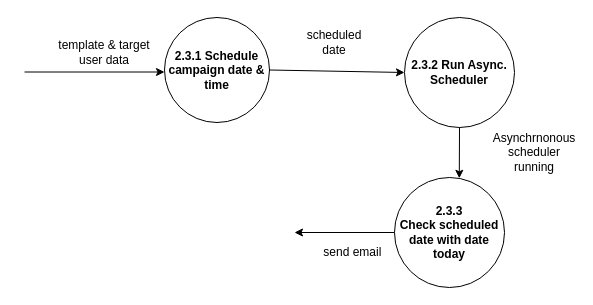
Earlier version of the draw.io diagram idfd3.drawio (jonamadk/DrawIO). Source tidied: cells renumbered, new cells numbered last; positions are measured from the earlier drawing's top-left corner, leaving out a move shared by most shapes. Both pictures are drawn from the tidied source at 100%, with x=0, y=0 at pixel (24, 17).
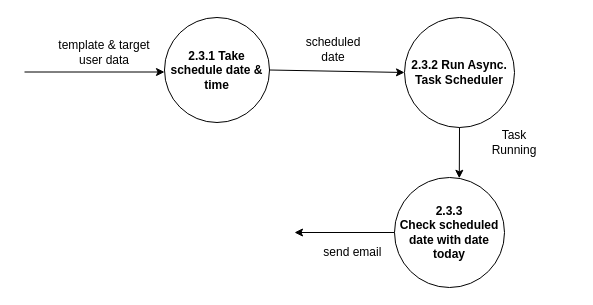
Above is the later version.

Diff of the diagram source:
```diff
@@
 <mxGraphModel>
   <root>
     <mxCell id="0" />
     <mxCell id="1" parent="0" />
-    <mxCell id="2" value="&lt;b&gt;2.3.1 Schedule campaign date &amp;amp; time&lt;/b&gt;" style="ellipse;whiteSpace=wrap;html=1;" parent="1" vertex="1">
+    <mxCell id="2" value="&lt;b&gt;2.3.1 Take schedule date &amp;amp; time&lt;/b&gt;" style="ellipse;whiteSpace=wrap;html=1;" parent="1" vertex="1">
       <mxGeometry x="140" width="105" height="105" as="geometry" />
     </mxCell>
-    <mxCell id="3" value="&lt;b&gt;2.3.2 Run Async. Scheduler&lt;/b&gt;" style="ellipse;whiteSpace=wrap;html=1;" parent="1" vertex="1">
+    <mxCell id="3" value="&lt;b&gt;2.3.2 Run Async. Task Scheduler&lt;/b&gt;" style="ellipse;whiteSpace=wrap;html=1;" parent="1" vertex="1">
       <mxGeometry x="380" width="110" height="110" as="geometry" />
     </mxCell>
     <mxCell id="4" value="&lt;b&gt;2.3.3 &lt;br&gt;Check scheduled date with date today&lt;/b&gt;" style="ellipse;whiteSpace=wrap;html=1;" parent="1" vertex="1">
       <mxGeometry x="370" y="160" width="110" height="110" as="geometry" />
     </mxCell>
     <mxCell id="5" style="endArrow=classic;html=1;rounded=0;exitX=0;exitY=0.5;exitDx=0;exitDy=0;" parent="1" edge="1" source="4">
       <mxGeometry relative="1" as="geometry">
         <mxPoint x="270" y="215" as="targetPoint" />
       </mxGeometry>
     </mxCell>
     <mxCell id="6" style="endArrow=classic;html=1;rounded=0;exitX=1;exitY=0.5;exitDx=0;exitDy=0;entryX=0;entryY=0.5;entryDx=0;entryDy=0;" parent="1" edge="1" source="2" target="3">
       <mxGeometry relative="1" as="geometry" />
     </mxCell>
     <mxCell id="7" style="endArrow=classic;html=1;rounded=0;" parent="1" edge="1">
       <mxGeometry relative="1" as="geometry">
         <mxPoint y="54.5" as="sourcePoint" />
         <mxPoint x="140" y="54.5" as="targetPoint" />
       </mxGeometry>
     </mxCell>
     <mxCell id="8" style="endArrow=classic;html=1;rounded=0;exitX=0.5;exitY=1;exitDx=0;exitDy=0;entryX=0.589;entryY=0.007;entryDx=0;entryDy=0;entryPerimeter=0;" parent="1" edge="1" source="3" target="4">
       <mxGeometry relative="1" as="geometry" />
     </mxCell>
     <mxCell id="9" value="template &amp;amp; target user data" style="text;html=1;strokeColor=none;fillColor=none;align=center;verticalAlign=middle;whiteSpace=wrap;rounded=0;" parent="1" vertex="1">
       <mxGeometry x="30" y="20" width="100" height="30" as="geometry" />
     </mxCell>
     <mxCell id="10" value="scheduled date" style="text;html=1;strokeColor=none;fillColor=none;align=center;verticalAlign=middle;whiteSpace=wrap;rounded=0;" parent="1" vertex="1">
-      <mxGeometry x="270" width="80" height="50" as="geometry" />
+      <mxGeometry x="269" y="7" width="80" height="50" as="geometry" />
     </mxCell>
-    <mxCell id="11" value="Asynchrnonous&lt;br&gt;scheduler running" style="text;html=1;strokeColor=none;fillColor=none;align=center;verticalAlign=middle;whiteSpace=wrap;rounded=0;" parent="1" vertex="1">
-      <mxGeometry x="480" y="120" width="60" height="30" as="geometry" />
+    <mxCell id="11" value="Task Running" style="text;html=1;strokeColor=none;fillColor=none;align=center;verticalAlign=middle;whiteSpace=wrap;rounded=0;" parent="1" vertex="1">
+      <mxGeometry x="460" y="110" width="60" height="30" as="geometry" />
     </mxCell>
     <mxCell id="12" value="send email&amp;nbsp;" style="text;html=1;strokeColor=none;fillColor=none;align=center;verticalAlign=middle;whiteSpace=wrap;rounded=0;" parent="1" vertex="1">
       <mxGeometry x="290" y="220" width="80" height="30" as="geometry" />
     </mxCell>
     <mxCell id="13" style="edgeStyle=orthogonalEdgeStyle;rounded=0;orthogonalLoop=1;jettySize=auto;html=1;exitX=0.5;exitY=1;exitDx=0;exitDy=0;" parent="1" edge="1" source="12" target="12">
       <mxGeometry relative="1" as="geometry" />
     </mxCell>
   </root>
 </mxGraphModel>
```
